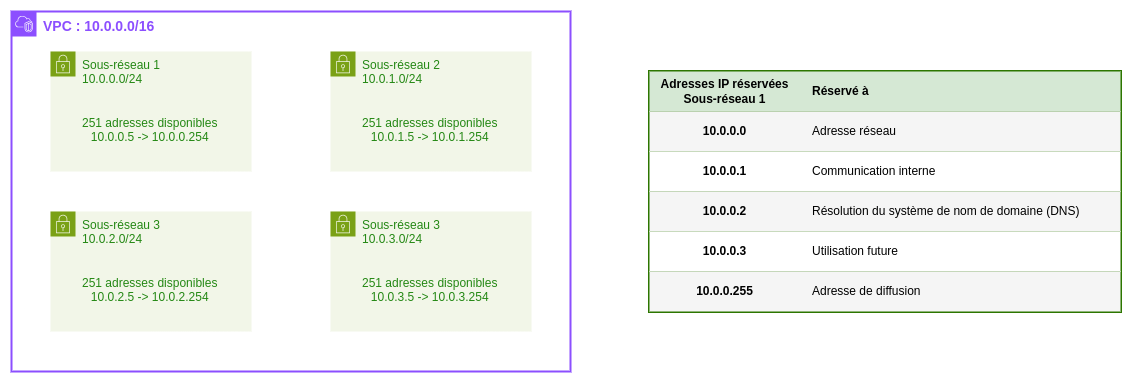
Above: public/images/2-reseau/2-19-vpc-ip-reservees.png in cegepmv/420-414 (draw.io), before the change. Source tidied: cells renumbered, new cells last; positions are measured from the earlier drawing's top-left corner, leaving out a move shared by most shapes. The source it was exported from:
```xml
<mxGraphModel>
  <root>
    <mxCell id="0" />
    <mxCell id="1" parent="0" />
    <mxCell id="2" value="&lt;font style=&quot;color: light-dark(rgb(140, 79, 255), rgb(237, 237, 237)); font-size: 14px;&quot;&gt;&lt;b style=&quot;&quot;&gt;VPC : 10.0.0.0/16&lt;/b&gt;&lt;/font&gt;" style="gradientColor=none;html=1;whiteSpace=wrap;fontSize=12;fontStyle=0;shape=mxgraph.aws4.group;grIcon=mxgraph.aws4.group_vpc2;strokeColor=#8C4FFF;fillColor=none;verticalAlign=top;align=left;spacingLeft=30;fontColor=#AAB7B8;dashed=0;strokeWidth=2;" parent="1" vertex="1">
      <mxGeometry width="559" height="360" as="geometry" />
    </mxCell>
    <mxCell id="3" value="Sous-réseau 2&lt;div&gt;10.0.1.0/24&lt;/div&gt;&lt;div&gt;&lt;br&gt;&lt;/div&gt;&lt;div&gt;&lt;br&gt;&lt;/div&gt;&lt;div style=&quot;text-align: center;&quot;&gt;251 adresses disponibles&lt;/div&gt;&lt;div style=&quot;text-align: center;&quot;&gt;10.0.1.5 -&amp;gt; 10.0.1.254&lt;/div&gt;" style="gradientColor=none;html=1;whiteSpace=wrap;fontSize=12;fontStyle=0;shape=mxgraph.aws4.group;grIcon=mxgraph.aws4.group_security_group;grStroke=0;strokeColor=#7AA116;fillColor=#F2F6E8;verticalAlign=top;align=left;spacingLeft=30;fontColor=#248814;dashed=0;strokeWidth=2;" parent="2" vertex="1">
      <mxGeometry x="319" y="40" width="201" height="120" as="geometry" />
    </mxCell>
    <mxCell id="4" value="Sous-réseau 3&lt;div&gt;10.0.3.0/24&lt;/div&gt;&lt;div&gt;&lt;br&gt;&lt;/div&gt;&lt;div&gt;&lt;br&gt;&lt;/div&gt;&lt;div style=&quot;text-align: center;&quot;&gt;251 adresses disponibles&lt;/div&gt;&lt;div style=&quot;text-align: center;&quot;&gt;10.0.3.5 -&amp;gt; 10.0.3.254&lt;/div&gt;" style="gradientColor=none;html=1;whiteSpace=wrap;fontSize=12;fontStyle=0;shape=mxgraph.aws4.group;grIcon=mxgraph.aws4.group_security_group;grStroke=0;strokeColor=#7AA116;fillColor=#F2F6E8;verticalAlign=top;align=left;spacingLeft=30;fontColor=#248814;dashed=0;strokeWidth=2;" parent="2" vertex="1">
      <mxGeometry x="319" y="200" width="201" height="120" as="geometry" />
    </mxCell>
    <mxCell id="5" value="Sous-réseau 3&lt;div&gt;10.0.2.0/24&lt;/div&gt;&lt;div&gt;&lt;br&gt;&lt;/div&gt;&lt;div&gt;&lt;br&gt;&lt;/div&gt;&lt;div style=&quot;text-align: center;&quot;&gt;251 adresses disponibles&lt;/div&gt;&lt;div style=&quot;text-align: center;&quot;&gt;10.0.2.5 -&amp;gt; 10.0.2.254&lt;/div&gt;" style="gradientColor=none;html=1;whiteSpace=wrap;fontSize=12;fontStyle=0;shape=mxgraph.aws4.group;grIcon=mxgraph.aws4.group_security_group;grStroke=0;strokeColor=#7AA116;fillColor=#F2F6E8;verticalAlign=top;align=left;spacingLeft=30;fontColor=#248814;dashed=0;strokeWidth=2;" parent="2" vertex="1">
      <mxGeometry x="39" y="200" width="201" height="120" as="geometry" />
    </mxCell>
    <mxCell id="6" value="Sous-réseau 1&lt;div&gt;10.0.0.0/24&lt;/div&gt;&lt;div&gt;&lt;br&gt;&lt;/div&gt;&lt;div&gt;&lt;br&gt;&lt;/div&gt;&lt;div style=&quot;text-align: center;&quot;&gt;251 adresses disponibles&lt;/div&gt;&lt;div style=&quot;text-align: center;&quot;&gt;10.0.0.5 -&amp;gt; 10.0.0.254&lt;/div&gt;" style="gradientColor=none;html=1;whiteSpace=wrap;fontSize=12;fontStyle=0;shape=mxgraph.aws4.group;grIcon=mxgraph.aws4.group_security_group;grStroke=0;strokeColor=#7AA116;fillColor=#F2F6E8;verticalAlign=top;align=left;spacingLeft=30;fontColor=#248814;dashed=0;strokeWidth=2;" parent="2" vertex="1">
      <mxGeometry x="39" y="40" width="201" height="120" as="geometry" />
    </mxCell>
    <mxCell id="7" style="shape=table;startSize=0;spacingLeft=0;fillColor=#60a917;fontColor=#ffffff;strokeColor=#2D7600;swimlaneFillColor=none;strokeWidth=3;" parent="1" vertex="1">
      <mxGeometry x="638" y="60" width="471" height="240" as="geometry" />
    </mxCell>
    <mxCell id="8" style="shape=tableRow;horizontal=0;startSize=0;swimlaneHead=0;swimlaneBody=0;strokeColor=#82b366;top=0;left=0;bottom=0;right=0;fillColor=#d5e8d4;strokeWidth=3;" parent="7" vertex="1">
      <mxGeometry width="471" height="40" as="geometry" />
    </mxCell>
    <mxCell id="9" value="&lt;b&gt;Adresses IP réservées Sous-réseau 1&lt;/b&gt;" style="shape=partialRectangle;html=1;whiteSpace=wrap;strokeColor=default;overflow=hidden;fillColor=none;top=0;left=0;bottom=0;right=0;strokeWidth=3;" parent="8" vertex="1">
      <mxGeometry width="151" height="40" as="geometry" />
    </mxCell>
    <mxCell id="10" value="&lt;b&gt;Réservé à&lt;/b&gt;" style="shape=partialRectangle;html=1;whiteSpace=wrap;strokeColor=default;overflow=hidden;fillColor=none;top=0;left=0;bottom=0;right=0;strokeWidth=3;align=left;spacingLeft=10;" parent="8" vertex="1">
      <mxGeometry x="151" width="320" height="40" as="geometry" />
    </mxCell>
    <mxCell id="11" style="shape=tableRow;horizontal=0;startSize=0;swimlaneHead=0;swimlaneBody=0;strokeColor=light-dark(rgba(0, 0, 0, 0), #959595);top=0;left=0;bottom=0;right=0;fillColor=#f5f5f5;fontColor=#333333;strokeWidth=3;" parent="7" vertex="1">
      <mxGeometry y="40" width="471" height="40" as="geometry" />
    </mxCell>
    <mxCell id="12" value="10.0.0.0" style="shape=partialRectangle;html=1;whiteSpace=wrap;strokeColor=default;overflow=hidden;fillColor=none;top=0;left=0;bottom=0;right=0;strokeWidth=3;fontStyle=1;" parent="11" vertex="1">
      <mxGeometry width="151" height="40" as="geometry" />
    </mxCell>
    <mxCell id="13" value="Adresse réseau" style="shape=partialRectangle;html=1;whiteSpace=wrap;strokeColor=default;overflow=hidden;fillColor=none;top=0;left=0;bottom=0;right=0;align=left;spacingLeft=10;strokeWidth=3;" parent="11" vertex="1">
      <mxGeometry x="151" width="320" height="40" as="geometry" />
    </mxCell>
    <mxCell id="14" style="shape=tableRow;horizontal=0;startSize=0;swimlaneHead=0;swimlaneBody=0;top=0;left=0;bottom=0;right=0;strokeWidth=3;" parent="7" vertex="1">
      <mxGeometry y="80" width="471" height="40" as="geometry" />
    </mxCell>
    <mxCell id="15" value="10.0.0.1" style="shape=partialRectangle;html=1;whiteSpace=wrap;strokeColor=default;overflow=hidden;fillColor=none;top=0;left=0;bottom=0;right=0;strokeWidth=3;perimeterSpacing=8;fontStyle=1;" parent="14" vertex="1">
      <mxGeometry width="151" height="40" as="geometry" />
    </mxCell>
    <mxCell id="16" value="Communication interne" style="shape=partialRectangle;html=1;whiteSpace=wrap;strokeColor=default;overflow=hidden;fillColor=none;top=0;left=0;bottom=0;right=0;align=left;spacingLeft=10;strokeWidth=3;" parent="14" vertex="1">
      <mxGeometry x="151" width="320" height="40" as="geometry" />
    </mxCell>
    <mxCell id="17" style="shape=tableRow;horizontal=0;startSize=0;swimlaneHead=0;swimlaneBody=0;strokeColor=#666666;top=0;left=0;bottom=0;right=0;fillColor=#f5f5f5;fontColor=#333333;strokeWidth=3;" parent="7" vertex="1">
      <mxGeometry y="120" width="471" height="40" as="geometry" />
    </mxCell>
    <mxCell id="18" value="10.0.0.2" style="shape=partialRectangle;html=1;whiteSpace=wrap;strokeColor=default;overflow=hidden;fillColor=none;top=0;left=0;bottom=0;right=0;strokeWidth=3;fontStyle=1;" parent="17" vertex="1">
      <mxGeometry width="151" height="40" as="geometry" />
    </mxCell>
    <mxCell id="19" value="Résolution du système de nom de domaine (DNS)" style="shape=partialRectangle;html=1;whiteSpace=wrap;strokeColor=default;overflow=hidden;fillColor=none;top=0;left=0;bottom=0;right=0;align=left;spacingLeft=10;strokeWidth=3;" parent="17" vertex="1">
      <mxGeometry x="151" width="320" height="40" as="geometry" />
    </mxCell>
    <mxCell id="20" style="shape=tableRow;horizontal=0;startSize=0;swimlaneHead=0;swimlaneBody=0;top=0;left=0;bottom=0;right=0;strokeWidth=3;" parent="7" vertex="1">
      <mxGeometry y="160" width="471" height="40" as="geometry" />
    </mxCell>
    <mxCell id="21" value="10.0.0.3" style="shape=partialRectangle;html=1;whiteSpace=wrap;strokeColor=default;overflow=hidden;fillColor=none;top=0;left=0;bottom=0;right=0;strokeWidth=3;fontStyle=1;" parent="20" vertex="1">
      <mxGeometry width="151" height="40" as="geometry" />
    </mxCell>
    <mxCell id="22" value="Utilisation future" style="shape=partialRectangle;html=1;whiteSpace=wrap;strokeColor=default;overflow=hidden;fillColor=none;top=0;left=0;bottom=0;right=0;align=left;spacingLeft=10;strokeWidth=3;" parent="20" vertex="1">
      <mxGeometry x="151" width="320" height="40" as="geometry" />
    </mxCell>
    <mxCell id="23" style="shape=tableRow;horizontal=0;startSize=0;swimlaneHead=0;swimlaneBody=0;strokeColor=#666666;top=0;left=0;bottom=0;right=0;fillColor=#f5f5f5;fontColor=#333333;strokeWidth=3;" parent="7" vertex="1">
      <mxGeometry y="200" width="471" height="40" as="geometry" />
    </mxCell>
    <mxCell id="24" value="10.0.0.255" style="shape=partialRectangle;html=1;whiteSpace=wrap;strokeColor=default;overflow=hidden;fillColor=none;top=0;left=0;bottom=0;right=0;strokeWidth=3;fontStyle=1;" parent="23" vertex="1">
      <mxGeometry width="151" height="40" as="geometry" />
    </mxCell>
    <mxCell id="25" value="Adresse de diffusion" style="shape=partialRectangle;html=1;whiteSpace=wrap;strokeColor=default;overflow=hidden;fillColor=none;top=0;left=0;bottom=0;right=0;align=left;spacingLeft=10;strokeWidth=3;" parent="23" vertex="1">
      <mxGeometry x="151" width="320" height="40" as="geometry" />
    </mxCell>
  </root>
</mxGraphModel>
```
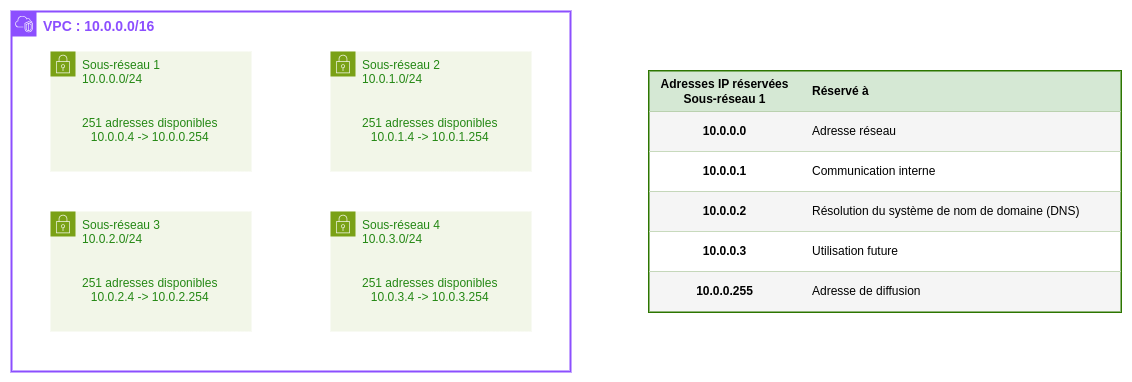
After the commit.

Diff of the diagram source:
```diff
@@ -5,16 +5,16 @@
     <mxCell id="2" value="&lt;font style=&quot;color: light-dark(rgb(140, 79, 255), rgb(237, 237, 237)); font-size: 14px;&quot;&gt;&lt;b style=&quot;&quot;&gt;VPC : 10.0.0.0/16&lt;/b&gt;&lt;/font&gt;" style="gradientColor=none;html=1;whiteSpace=wrap;fontSize=12;fontStyle=0;shape=mxgraph.aws4.group;grIcon=mxgraph.aws4.group_vpc2;strokeColor=#8C4FFF;fillColor=none;verticalAlign=top;align=left;spacingLeft=30;fontColor=#AAB7B8;dashed=0;strokeWidth=2;" parent="1" vertex="1">
       <mxGeometry width="559" height="360" as="geometry" />
     </mxCell>
-    <mxCell id="3" value="Sous-réseau 2&lt;div&gt;10.0.1.0/24&lt;/div&gt;&lt;div&gt;&lt;br&gt;&lt;/div&gt;&lt;div&gt;&lt;br&gt;&lt;/div&gt;&lt;div style=&quot;text-align: center;&quot;&gt;251 adresses disponibles&lt;/div&gt;&lt;div style=&quot;text-align: center;&quot;&gt;10.0.1.5 -&amp;gt; 10.0.1.254&lt;/div&gt;" style="gradientColor=none;html=1;whiteSpace=wrap;fontSize=12;fontStyle=0;shape=mxgraph.aws4.group;grIcon=mxgraph.aws4.group_security_group;grStroke=0;strokeColor=#7AA116;fillColor=#F2F6E8;verticalAlign=top;align=left;spacingLeft=30;fontColor=#248814;dashed=0;strokeWidth=2;" parent="2" vertex="1">
+    <mxCell id="3" value="Sous-réseau 2&lt;div&gt;10.0.1.0/24&lt;/div&gt;&lt;div&gt;&lt;br&gt;&lt;/div&gt;&lt;div&gt;&lt;br&gt;&lt;/div&gt;&lt;div style=&quot;text-align: center;&quot;&gt;251 adresses disponibles&lt;/div&gt;&lt;div style=&quot;text-align: center;&quot;&gt;10.0.1.4 -&amp;gt; 10.0.1.254&lt;/div&gt;" style="gradientColor=none;html=1;whiteSpace=wrap;fontSize=12;fontStyle=0;shape=mxgraph.aws4.group;grIcon=mxgraph.aws4.group_security_group;grStroke=0;strokeColor=#7AA116;fillColor=#F2F6E8;verticalAlign=top;align=left;spacingLeft=30;fontColor=#248814;dashed=0;strokeWidth=2;" parent="2" vertex="1">
       <mxGeometry x="319" y="40" width="201" height="120" as="geometry" />
     </mxCell>
-    <mxCell id="4" value="Sous-réseau 3&lt;div&gt;10.0.3.0/24&lt;/div&gt;&lt;div&gt;&lt;br&gt;&lt;/div&gt;&lt;div&gt;&lt;br&gt;&lt;/div&gt;&lt;div style=&quot;text-align: center;&quot;&gt;251 adresses disponibles&lt;/div&gt;&lt;div style=&quot;text-align: center;&quot;&gt;10.0.3.5 -&amp;gt; 10.0.3.254&lt;/div&gt;" style="gradientColor=none;html=1;whiteSpace=wrap;fontSize=12;fontStyle=0;shape=mxgraph.aws4.group;grIcon=mxgraph.aws4.group_security_group;grStroke=0;strokeColor=#7AA116;fillColor=#F2F6E8;verticalAlign=top;align=left;spacingLeft=30;fontColor=#248814;dashed=0;strokeWidth=2;" parent="2" vertex="1">
+    <mxCell id="4" value="Sous-réseau 4&lt;div&gt;10.0.3.0/24&lt;/div&gt;&lt;div&gt;&lt;br&gt;&lt;/div&gt;&lt;div&gt;&lt;br&gt;&lt;/div&gt;&lt;div style=&quot;text-align: center;&quot;&gt;251 adresses disponibles&lt;/div&gt;&lt;div style=&quot;text-align: center;&quot;&gt;10.0.3.4 -&amp;gt; 10.0.3.254&lt;/div&gt;" style="gradientColor=none;html=1;whiteSpace=wrap;fontSize=12;fontStyle=0;shape=mxgraph.aws4.group;grIcon=mxgraph.aws4.group_security_group;grStroke=0;strokeColor=#7AA116;fillColor=#F2F6E8;verticalAlign=top;align=left;spacingLeft=30;fontColor=#248814;dashed=0;strokeWidth=2;" parent="2" vertex="1">
       <mxGeometry x="319" y="200" width="201" height="120" as="geometry" />
     </mxCell>
-    <mxCell id="5" value="Sous-réseau 3&lt;div&gt;10.0.2.0/24&lt;/div&gt;&lt;div&gt;&lt;br&gt;&lt;/div&gt;&lt;div&gt;&lt;br&gt;&lt;/div&gt;&lt;div style=&quot;text-align: center;&quot;&gt;251 adresses disponibles&lt;/div&gt;&lt;div style=&quot;text-align: center;&quot;&gt;10.0.2.5 -&amp;gt; 10.0.2.254&lt;/div&gt;" style="gradientColor=none;html=1;whiteSpace=wrap;fontSize=12;fontStyle=0;shape=mxgraph.aws4.group;grIcon=mxgraph.aws4.group_security_group;grStroke=0;strokeColor=#7AA116;fillColor=#F2F6E8;verticalAlign=top;align=left;spacingLeft=30;fontColor=#248814;dashed=0;strokeWidth=2;" parent="2" vertex="1">
+    <mxCell id="5" value="Sous-réseau 3&lt;div&gt;10.0.2.0/24&lt;/div&gt;&lt;div&gt;&lt;br&gt;&lt;/div&gt;&lt;div&gt;&lt;br&gt;&lt;/div&gt;&lt;div style=&quot;text-align: center;&quot;&gt;251 adresses disponibles&lt;/div&gt;&lt;div style=&quot;text-align: center;&quot;&gt;10.0.2.4 -&amp;gt; 10.0.2.254&lt;/div&gt;" style="gradientColor=none;html=1;whiteSpace=wrap;fontSize=12;fontStyle=0;shape=mxgraph.aws4.group;grIcon=mxgraph.aws4.group_security_group;grStroke=0;strokeColor=#7AA116;fillColor=#F2F6E8;verticalAlign=top;align=left;spacingLeft=30;fontColor=#248814;dashed=0;strokeWidth=2;" parent="2" vertex="1">
       <mxGeometry x="39" y="200" width="201" height="120" as="geometry" />
     </mxCell>
-    <mxCell id="6" value="Sous-réseau 1&lt;div&gt;10.0.0.0/24&lt;/div&gt;&lt;div&gt;&lt;br&gt;&lt;/div&gt;&lt;div&gt;&lt;br&gt;&lt;/div&gt;&lt;div style=&quot;text-align: center;&quot;&gt;251 adresses disponibles&lt;/div&gt;&lt;div style=&quot;text-align: center;&quot;&gt;10.0.0.5 -&amp;gt; 10.0.0.254&lt;/div&gt;" style="gradientColor=none;html=1;whiteSpace=wrap;fontSize=12;fontStyle=0;shape=mxgraph.aws4.group;grIcon=mxgraph.aws4.group_security_group;grStroke=0;strokeColor=#7AA116;fillColor=#F2F6E8;verticalAlign=top;align=left;spacingLeft=30;fontColor=#248814;dashed=0;strokeWidth=2;" parent="2" vertex="1">
+    <mxCell id="6" value="Sous-réseau 1&lt;div&gt;10.0.0.0/24&lt;/div&gt;&lt;div&gt;&lt;br&gt;&lt;/div&gt;&lt;div&gt;&lt;br&gt;&lt;/div&gt;&lt;div style=&quot;text-align: center;&quot;&gt;251 adresses disponibles&lt;/div&gt;&lt;div style=&quot;text-align: center;&quot;&gt;10.0.0.4 -&amp;gt; 10.0.0.254&lt;/div&gt;" style="gradientColor=none;html=1;whiteSpace=wrap;fontSize=12;fontStyle=0;shape=mxgraph.aws4.group;grIcon=mxgraph.aws4.group_security_group;grStroke=0;strokeColor=#7AA116;fillColor=#F2F6E8;verticalAlign=top;align=left;spacingLeft=30;fontColor=#248814;dashed=0;strokeWidth=2;" parent="2" vertex="1">
       <mxGeometry x="39" y="40" width="201" height="120" as="geometry" />
     </mxCell>
     <mxCell id="7" style="shape=table;startSize=0;spacingLeft=0;fillColor=#60a917;fontColor=#ffffff;strokeColor=#2D7600;swimlaneFillColor=none;strokeWidth=3;" parent="1" vertex="1">
```
